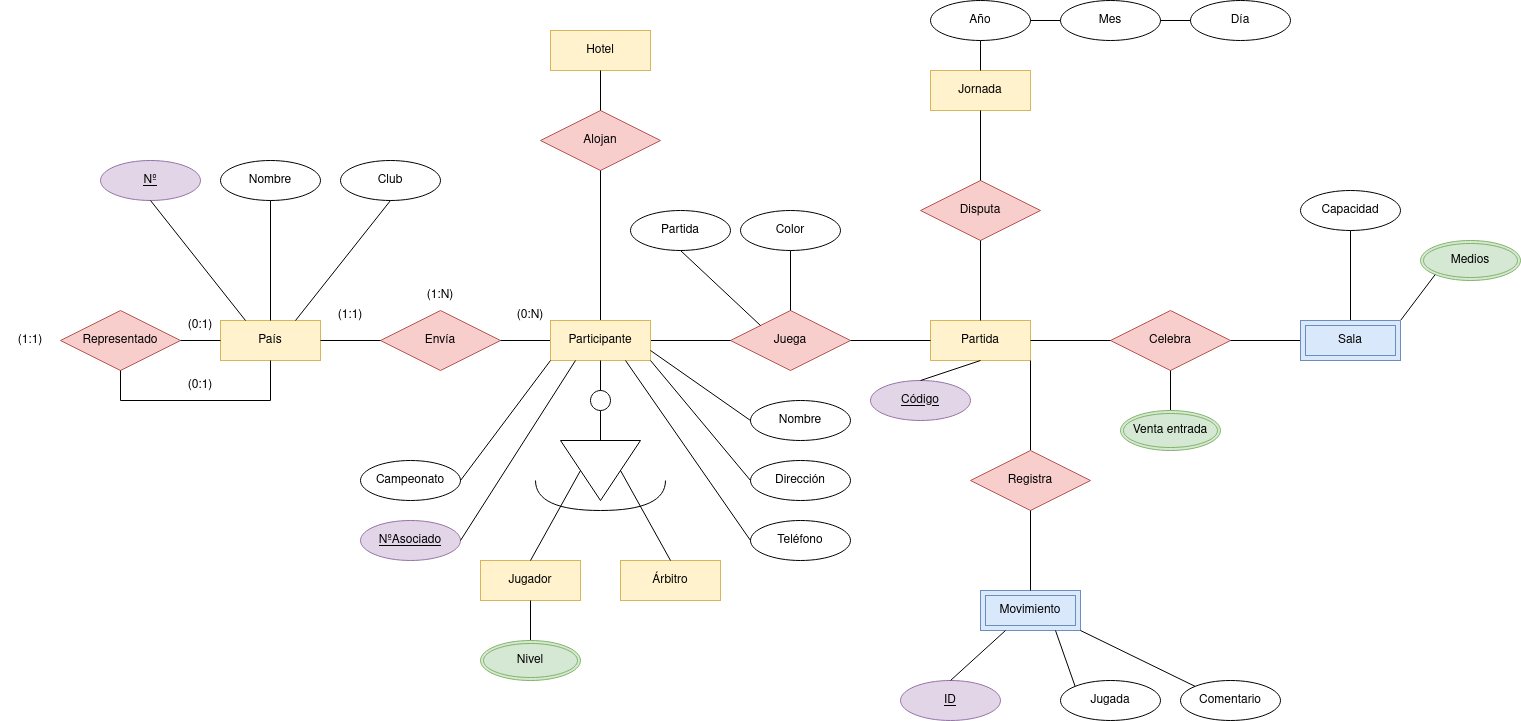
Before: TAREAS/Tareas clase/E-R/E-R Campeonato del mundo ajedrez.drawio.png, a diagram exported from draw.io (samugd17/base-datos-bae-). Source tidied: cells renumbered, new cells last; positions are measured from the earlier drawing's top-left corner, leaving out a move shared by most shapes.
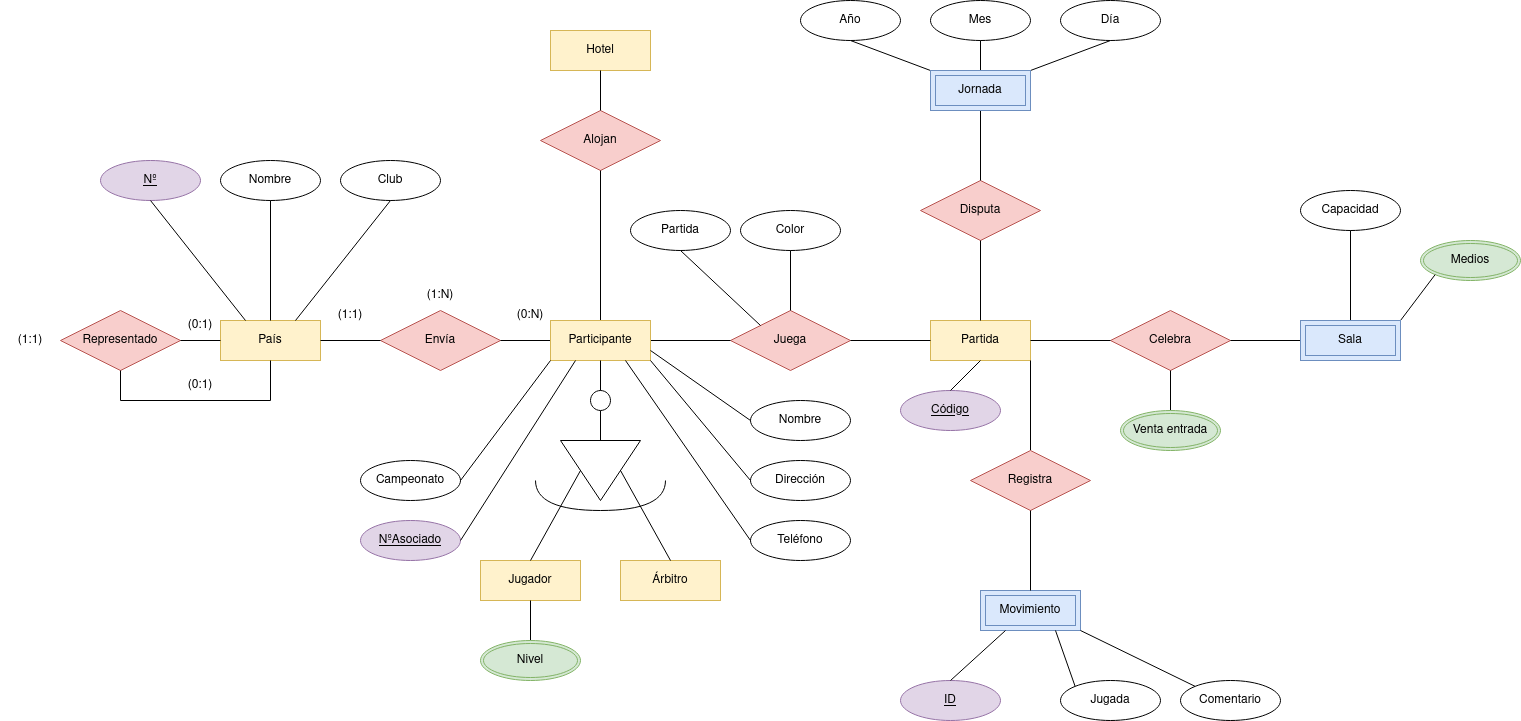
The same file after the commit.

Change to the diagram source:
```diff
@@ -40,9 +40,6 @@
     <mxCell id="12" value="Celebra" style="shape=rhombus;perimeter=rhombusPerimeter;whiteSpace=wrap;html=1;align=center;fillColor=#f8cecc;strokeColor=#b85450;" parent="1" vertex="1">
       <mxGeometry x="1110" y="310" width="120" height="60" as="geometry" />
     </mxCell>
-    <mxCell id="13" value="Jornada" style="whiteSpace=wrap;html=1;align=center;fillColor=#fff2cc;strokeColor=#d6b656;" parent="1" vertex="1">
-      <mxGeometry x="930" y="70" width="100" height="40" as="geometry" />
-    </mxCell>
     <mxCell id="14" value="Disputa" style="shape=rhombus;perimeter=rhombusPerimeter;whiteSpace=wrap;html=1;align=center;fillColor=#f8cecc;strokeColor=#b85450;" parent="1" vertex="1">
       <mxGeometry x="920" y="180" width="120" height="60" as="geometry" />
     </mxCell>
@@ -152,7 +149,7 @@
       <mxGeometry relative="1" as="geometry" />
     </mxCell>
     <mxCell id="50" value="Código" style="ellipse;whiteSpace=wrap;html=1;align=center;fontStyle=4;fillColor=#e1d5e7;strokeColor=#9673a6;" parent="1" vertex="1">
-      <mxGeometry x="870" y="380" width="100" height="40" as="geometry" />
+      <mxGeometry x="900" y="390" width="100" height="40" as="geometry" />
     </mxCell>
     <mxCell id="51" style="endArrow=none;html=1;rounded=0;exitX=0.5;exitY=0;exitDx=0;exitDy=0;entryX=0.5;entryY=1;entryDx=0;entryDy=0;" parent="1" edge="1" source="50" target="5">
       <mxGeometry relative="1" as="geometry" />
@@ -170,23 +167,14 @@
       <mxGeometry relative="1" as="geometry" />
     </mxCell>
     <mxCell id="56" value="Año" style="ellipse;whiteSpace=wrap;html=1;align=center;" parent="1" vertex="1">
-      <mxGeometry x="930" width="100" height="40" as="geometry" />
+      <mxGeometry x="800" width="100" height="40" as="geometry" />
     </mxCell>
     <mxCell id="57" value="Mes" style="ellipse;whiteSpace=wrap;html=1;align=center;" parent="1" vertex="1">
-      <mxGeometry x="1060" width="100" height="40" as="geometry" />
+      <mxGeometry x="930" width="100" height="40" as="geometry" />
     </mxCell>
     <mxCell id="58" value="Día" style="ellipse;whiteSpace=wrap;html=1;align=center;" parent="1" vertex="1">
-      <mxGeometry x="1190" width="100" height="40" as="geometry" />
+      <mxGeometry x="1060" width="100" height="40" as="geometry" />
     </mxCell>
-    <mxCell id="59" style="endArrow=none;html=1;rounded=0;entryX=1;entryY=0.5;entryDx=0;entryDy=0;exitX=0;exitY=0.5;exitDx=0;exitDy=0;" parent="1" edge="1" source="58" target="57">
-      <mxGeometry relative="1" as="geometry" />
-    </mxCell>
-    <mxCell id="60" style="endArrow=none;html=1;rounded=0;entryX=1;entryY=0.5;entryDx=0;entryDy=0;exitX=0;exitY=0.5;exitDx=0;exitDy=0;" parent="1" edge="1" source="57" target="56">
-      <mxGeometry relative="1" as="geometry" />
-    </mxCell>
-    <mxCell id="61" style="endArrow=none;html=1;rounded=0;entryX=0.5;entryY=0;entryDx=0;entryDy=0;exitX=0.5;exitY=1;exitDx=0;exitDy=0;" parent="1" edge="1" source="56" target="13">
-      <mxGeometry relative="1" as="geometry" />
-    </mxCell>
     <mxCell id="62" value="Nivel" style="ellipse;shape=doubleEllipse;margin=3;whiteSpace=wrap;html=1;align=center;fillColor=#d5e8d4;strokeColor=#82b366;" parent="1" vertex="1">
       <mxGeometry x="480" y="640" width="100" height="40" as="geometry" />
     </mxCell>
@@ -262,5 +250,17 @@
     <mxCell id="86" value="(1:1)" style="text;html=1;strokeColor=none;fillColor=none;align=center;verticalAlign=middle;whiteSpace=wrap;rounded=0;" parent="1" vertex="1">
       <mxGeometry y="325" width="60" height="30" as="geometry" />
     </mxCell>
+    <mxCell id="61" style="endArrow=none;html=1;rounded=0;entryX=0;entryY=0;entryDx=0;entryDy=0;exitX=0.5;exitY=1;exitDx=0;exitDy=0;" parent="1" edge="1" source="56" target="13">
+      <mxGeometry relative="1" as="geometry" />
+    </mxCell>
+    <mxCell id="87" style="endArrow=none;html=1;rounded=0;entryX=0.5;entryY=0;entryDx=0;entryDy=0;exitX=0.5;exitY=1;exitDx=0;exitDy=0;" parent="1" edge="1" source="57" target="13">
+      <mxGeometry relative="1" as="geometry" />
+    </mxCell>
+    <mxCell id="88" style="endArrow=none;html=1;rounded=0;entryX=1;entryY=0;entryDx=0;entryDy=0;exitX=0.5;exitY=1;exitDx=0;exitDy=0;" parent="1" edge="1" source="58" target="13">
+      <mxGeometry relative="1" as="geometry" />
+    </mxCell>
+    <mxCell id="13" value="Jornada" style="shape=ext;margin=3;double=1;whiteSpace=wrap;html=1;align=center;fillColor=#dae8fc;strokeColor=#6c8ebf;" parent="1" vertex="1">
+      <mxGeometry x="930" y="70" width="100" height="40" as="geometry" />
+    </mxCell>
   </root>
 </mxGraphModel>
```
